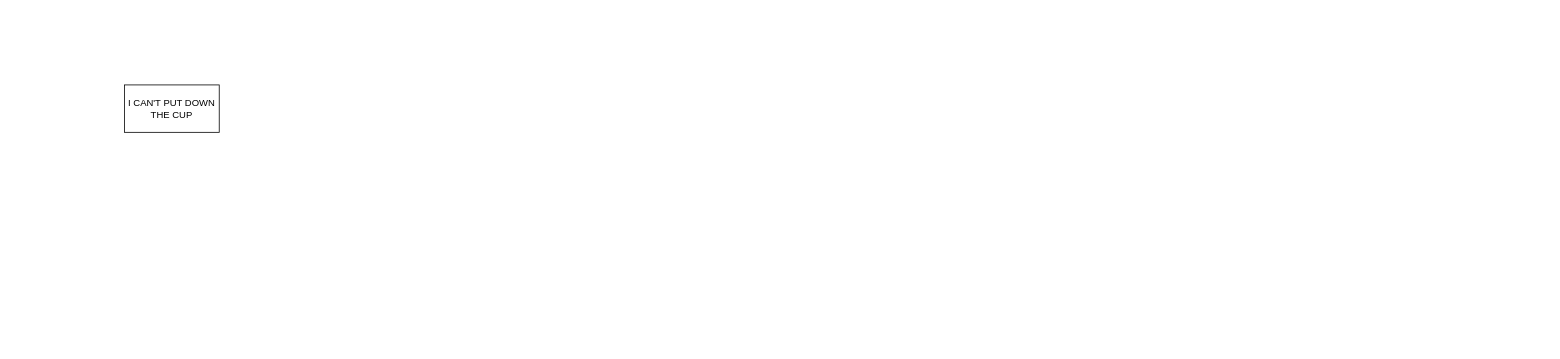
Before: docs/assets/proj2-flowchart.drawio in msu-eele-465/project2-aaron-beau, a draw.io diagram. Source tidied: cells renumbered, new cells numbered last; positions are measured from the earlier drawing's top-left corner, leaving out a move shared by most shapes. Both pictures are drawn from the tidied source at 79%, with x=0, y=0 at pixel (124, 85).
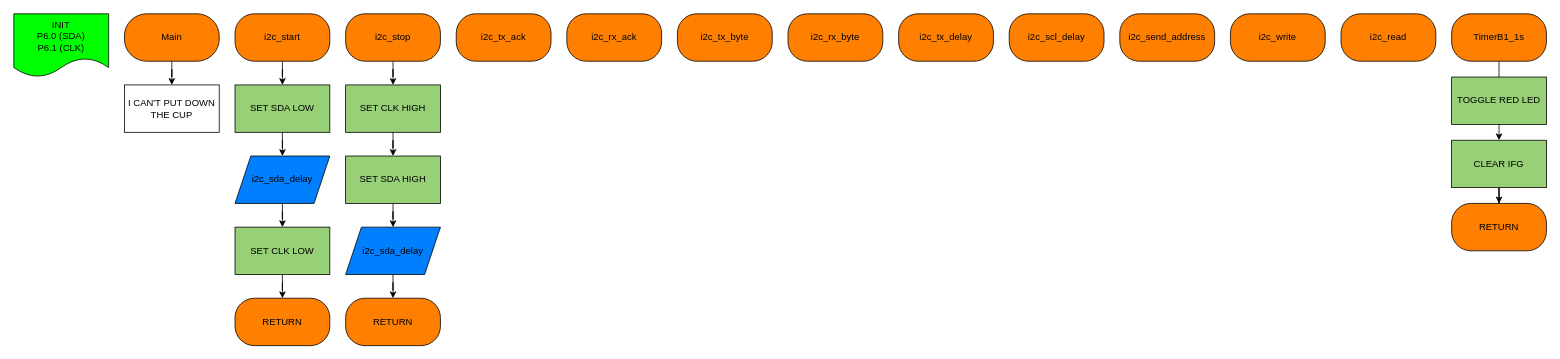
The same page after the edit.

Commit message (it also covers changes not shown here):
Building the write subroutine and adding start/stop

The change refers to these unchanged cells:
```xml
<mxCell id="2" value="I CAN'T PUT DOWN THE CUP" style="rounded=0;whiteSpace=wrap;html=1;" parent="1" vertex="1">
  <mxGeometry width="120" height="60" as="geometry" />
</mxCell>
```

What changed in the source:
```diff
@@
+    <mxCell id="3" value="INIT&lt;div&gt;P6.0 (SDA)&lt;/div&gt;&lt;div&gt;P6.1 (CLK)&lt;/div&gt;" style="shape=document;whiteSpace=wrap;html=1;boundedLbl=1;fillColor=#00FF00;" parent="1" vertex="1">
+      <mxGeometry x="-140" y="-90" width="120" height="80" as="geometry" />
+    </mxCell>
+    <mxCell id="4" style="edgeStyle=orthogonalEdgeStyle;rounded=0;jettySize=auto;html=1;" parent="1" edge="1" source="5" target="2">
+      <mxGeometry relative="1" as="geometry" />
+    </mxCell>
+    <mxCell id="5" value="Main" style="rounded=1;whiteSpace=wrap;html=1;fillColor=#FF8000;arcSize=47;" parent="1" vertex="1">
+      <mxGeometry y="-90" width="120" height="60" as="geometry" />
+    </mxCell>
+    <mxCell id="6" style="edgeStyle=orthogonalEdgeStyle;rounded=0;jettySize=auto;html=1;" parent="1" edge="1" source="7" target="9">
+      <mxGeometry relative="1" as="geometry" />
+    </mxCell>
+    <mxCell id="7" value="i2c_start" style="rounded=1;whiteSpace=wrap;html=1;fillColor=#FF8000;arcSize=41;" parent="1" vertex="1">
+      <mxGeometry x="140" y="-90" width="120" height="60" as="geometry" />
+    </mxCell>
+    <mxCell id="8" style="edgeStyle=orthogonalEdgeStyle;rounded=0;jettySize=auto;html=1;" parent="1" edge="1" source="9" target="11">
+      <mxGeometry relative="1" as="geometry" />
+    </mxCell>
+    <mxCell id="9" value="SET SDA LOW" style="rounded=0;whiteSpace=wrap;html=1;fillColor=#97D077;" parent="1" vertex="1">
+      <mxGeometry x="140" width="120" height="60" as="geometry" />
+    </mxCell>
+    <mxCell id="10" style="edgeStyle=orthogonalEdgeStyle;rounded=0;jettySize=auto;html=1;" parent="1" edge="1" source="11" target="13">
+      <mxGeometry relative="1" as="geometry" />
+    </mxCell>
+    <mxCell id="11" value="i2c_sda_delay" style="shape=parallelogram;perimeter=parallelogramPerimeter;whiteSpace=wrap;html=1;fixedSize=1;fillColor=#007FFF;" parent="1" vertex="1">
+      <mxGeometry x="140" y="90" width="120" height="60" as="geometry" />
+    </mxCell>
+    <mxCell id="12" style="edgeStyle=orthogonalEdgeStyle;rounded=0;jettySize=auto;html=1;" parent="1" edge="1" source="13" target="14">
+      <mxGeometry relative="1" as="geometry" />
+    </mxCell>
+    <mxCell id="13" value="SET CLK LOW" style="rounded=0;whiteSpace=wrap;html=1;fillColor=#97D077;" parent="1" vertex="1">
+      <mxGeometry x="140" y="180" width="120" height="60" as="geometry" />
+    </mxCell>
+    <mxCell id="14" value="RETURN" style="rounded=1;whiteSpace=wrap;html=1;fillColor=#FF8000;arcSize=41;" parent="1" vertex="1">
+      <mxGeometry x="140" y="270" width="120" height="60" as="geometry" />
+    </mxCell>
+    <mxCell id="15" style="edgeStyle=orthogonalEdgeStyle;rounded=0;jettySize=auto;html=1;" parent="1" edge="1" source="16" target="18">
+      <mxGeometry relative="1" as="geometry" />
+    </mxCell>
+    <mxCell id="16" value="i2c_stop" style="rounded=1;whiteSpace=wrap;html=1;fillColor=#FF8000;arcSize=41;" parent="1" vertex="1">
+      <mxGeometry x="280" y="-90" width="120" height="60" as="geometry" />
+    </mxCell>
+    <mxCell id="17" style="edgeStyle=orthogonalEdgeStyle;rounded=0;jettySize=auto;html=1;" parent="1" edge="1" source="18" target="22">
+      <mxGeometry relative="1" as="geometry" />
+    </mxCell>
+    <mxCell id="18" value="SET CLK HIGH" style="rounded=0;whiteSpace=wrap;html=1;fillColor=#97D077;" parent="1" vertex="1">
+      <mxGeometry x="280" width="120" height="60" as="geometry" />
+    </mxCell>
+    <mxCell id="19" style="edgeStyle=orthogonalEdgeStyle;rounded=0;jettySize=auto;html=1;" parent="1" edge="1" source="20" target="23">
+      <mxGeometry relative="1" as="geometry" />
+    </mxCell>
+    <mxCell id="20" value="i2c_sda_delay" style="shape=parallelogram;perimeter=parallelogramPerimeter;whiteSpace=wrap;html=1;fixedSize=1;fillColor=#007FFF;" parent="1" vertex="1">
+      <mxGeometry x="280" y="180" width="120" height="60" as="geometry" />
+    </mxCell>
+    <mxCell id="21" style="edgeStyle=orthogonalEdgeStyle;rounded=0;jettySize=auto;html=1;" parent="1" edge="1" source="22" target="20">
+      <mxGeometry relative="1" as="geometry" />
+    </mxCell>
+    <mxCell id="22" value="SET SDA HIGH" style="rounded=0;whiteSpace=wrap;html=1;fillColor=#97D077;" parent="1" vertex="1">
+      <mxGeometry x="280" y="90" width="120" height="60" as="geometry" />
+    </mxCell>
+    <mxCell id="23" value="RETURN" style="rounded=1;whiteSpace=wrap;html=1;fillColor=#FF8000;arcSize=41;" parent="1" vertex="1">
+      <mxGeometry x="280" y="270" width="120" height="60" as="geometry" />
+    </mxCell>
+    <mxCell id="24" value="i2c_tx_ack" style="rounded=1;whiteSpace=wrap;html=1;fillColor=#FF8000;arcSize=41;" parent="1" vertex="1">
+      <mxGeometry x="420" y="-90" width="120" height="60" as="geometry" />
+    </mxCell>
+    <mxCell id="25" value="i2c_rx_ack" style="rounded=1;whiteSpace=wrap;html=1;fillColor=#FF8000;arcSize=41;" parent="1" vertex="1">
+      <mxGeometry x="560" y="-90" width="120" height="60" as="geometry" />
+    </mxCell>
+    <mxCell id="26" value="i2c_tx_byte" style="rounded=1;whiteSpace=wrap;html=1;fillColor=#FF8000;arcSize=41;" parent="1" vertex="1">
+      <mxGeometry x="700" y="-90" width="120" height="60" as="geometry" />
+    </mxCell>
+    <mxCell id="27" value="i2c_rx_byte" style="rounded=1;whiteSpace=wrap;html=1;fillColor=#FF8000;arcSize=41;" parent="1" vertex="1">
+      <mxGeometry x="840" y="-90" width="120" height="60" as="geometry" />
+    </mxCell>
+    <mxCell id="28" value="i2c_tx_delay" style="rounded=1;whiteSpace=wrap;html=1;fillColor=#FF8000;arcSize=41;" parent="1" vertex="1">
+      <mxGeometry x="980" y="-90" width="120" height="60" as="geometry" />
+    </mxCell>
+    <mxCell id="29" value="i2c_scl_delay" style="rounded=1;whiteSpace=wrap;html=1;fillColor=#FF8000;arcSize=41;" parent="1" vertex="1">
+      <mxGeometry x="1120" y="-90" width="120" height="60" as="geometry" />
+    </mxCell>
+    <mxCell id="30" value="i2c_send_address" style="rounded=1;whiteSpace=wrap;html=1;fillColor=#FF8000;arcSize=41;" parent="1" vertex="1">
+      <mxGeometry x="1260" y="-90" width="120" height="60" as="geometry" />
+    </mxCell>
+    <mxCell id="31" value="i2c_write" style="rounded=1;whiteSpace=wrap;html=1;fillColor=#FF8000;arcSize=41;" parent="1" vertex="1">
+      <mxGeometry x="1400" y="-90" width="120" height="60" as="geometry" />
+    </mxCell>
+    <mxCell id="32" value="i2c_read" style="rounded=1;whiteSpace=wrap;html=1;fillColor=#FF8000;arcSize=41;" parent="1" vertex="1">
+      <mxGeometry x="1540" y="-90" width="120" height="60" as="geometry" />
+    </mxCell>
+    <mxCell id="33" style="edgeStyle=orthogonalEdgeStyle;rounded=0;jettySize=auto;html=1;" parent="1" edge="1" source="34" target="37">
+      <mxGeometry relative="1" as="geometry" />
+    </mxCell>
+    <mxCell id="34" value="TimerB1_1s" style="rounded=1;whiteSpace=wrap;html=1;fillColor=#FF8000;arcSize=41;" parent="1" vertex="1">
+      <mxGeometry x="1680" y="-90" width="120" height="60" as="geometry" />
+    </mxCell>
+    <mxCell id="35" value="TOGGLE RED LED" style="rounded=0;whiteSpace=wrap;html=1;fillColor=#97D077;" parent="1" vertex="1">
+      <mxGeometry x="1680" y="-10" width="120" height="60" as="geometry" />
+    </mxCell>
+    <mxCell id="36" style="edgeStyle=orthogonalEdgeStyle;rounded=0;jettySize=auto;html=1;" parent="1" edge="1" source="37" target="38">
+      <mxGeometry relative="1" as="geometry" />
+    </mxCell>
+    <mxCell id="37" value="CLEAR IFG" style="rounded=0;whiteSpace=wrap;html=1;fillColor=#97D077;" parent="1" vertex="1">
+      <mxGeometry x="1680" y="70" width="120" height="60" as="geometry" />
+    </mxCell>
+    <mxCell id="38" value="RETURN" style="rounded=1;whiteSpace=wrap;html=1;fillColor=#FF8000;arcSize=41;" parent="1" vertex="1">
+      <mxGeometry x="1680" y="150" width="120" height="60" as="geometry" />
+    </mxCell>
```
